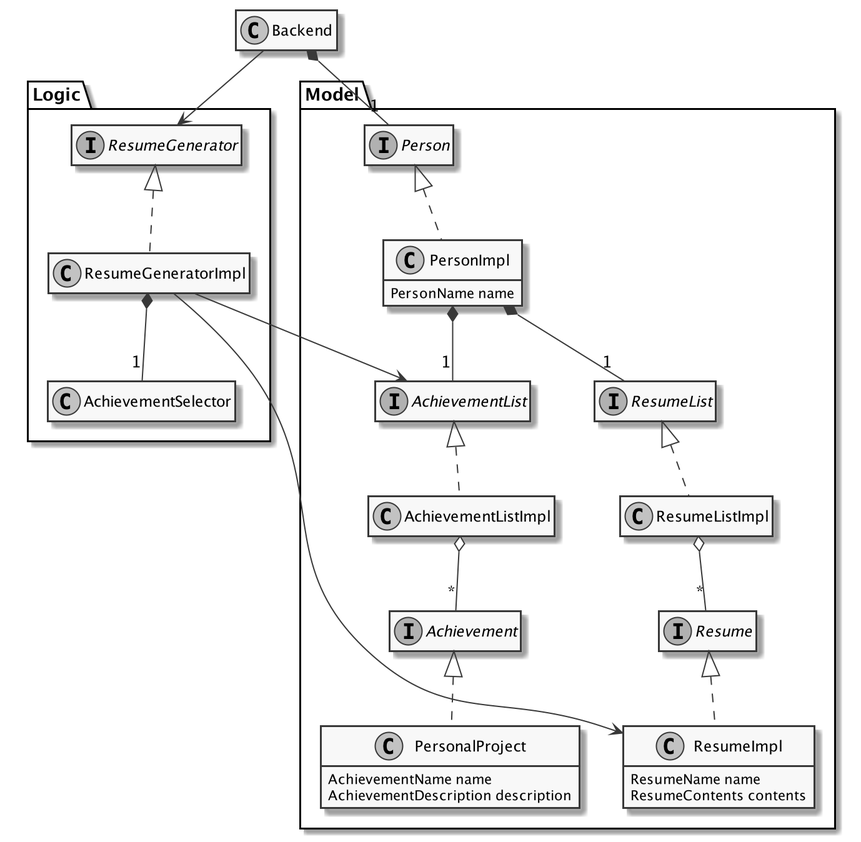
Before: docs/images/BackendClassDiagram.png, a diagram exported from PlantUML (marckysan/ResuMe).
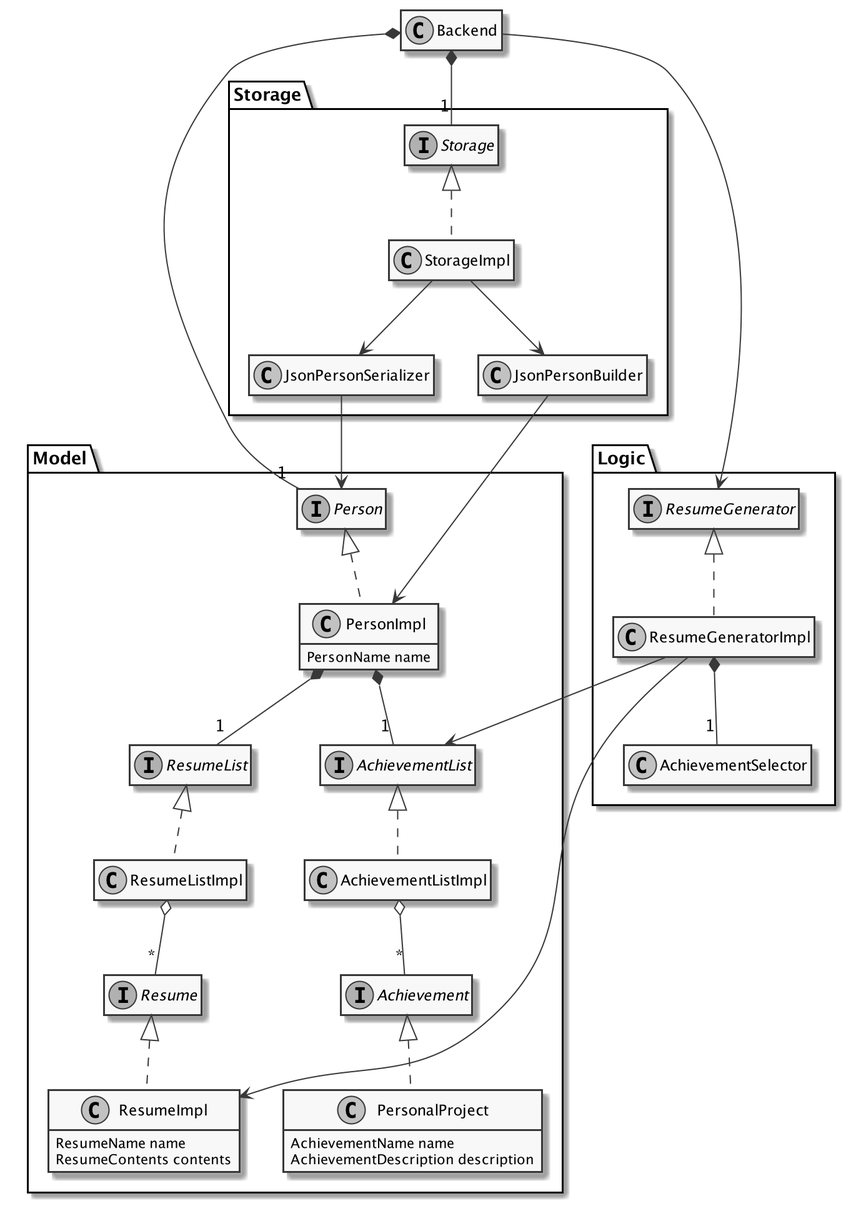
The same diagram one commit later.

Commit message:
Update UML class diagram with storage classes

Change to the diagram source:
```diff
@@ -6,6 +6,23 @@
 class Backend
 Backend --> Logic.ResumeGenerator
 Backend *-- "1" Model.Person
+Backend *-- "1" Storage.Storage
+
+namespace Storage {
+
+interface Storage
+class StorageImpl
+Storage <|.. StorageImpl
+
+class JsonPersonSerializer
+StorageImpl --> JsonPersonSerializer
+JsonPersonSerializer --> Model.Person
+
+class JsonPersonBuilder
+StorageImpl --> JsonPersonBuilder
+JsonPersonBuilder --> Model.PersonImpl
+
+}
 
 namespace Logic {
 
```
